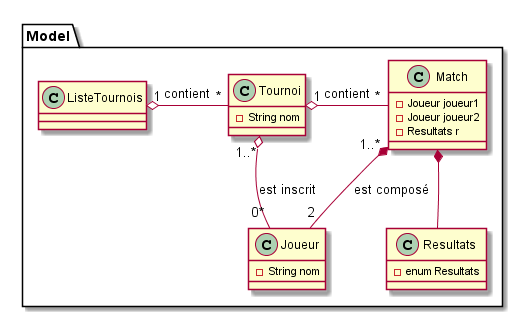
Above: ANC3-Diagramme/ClassDiagram/CDD.png in MatildeGr/Java-Tournament-Management (PlantUML), before the change.
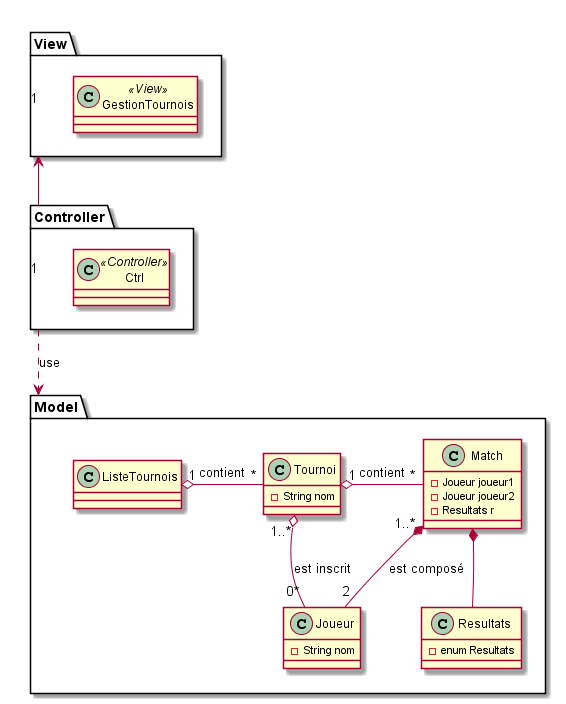
The same file after the commit.

Change to the diagram source:
```diff
@@ -19,10 +19,22 @@
     class ListeTournois{
     }
 }
+package Controller{
+    class Ctrl<<Controller>>{
+
+    }
+}
+package View{
+    class GestionTournois<<View>>{
+
+    }
+}
+
 ListeTournois "1" o-r- "*" Tournoi : contient
 Tournoi "1" o-right- "*" Match : contient
 Tournoi "1..*" o-- "0*" Joueur : est inscrit
 Match "1..*" *-- "2" Joueur :est composé
 Match *-- Resultats
-
+Controller ..> Model : use
+View"1" <--"1" Controller
 @enduml
```
